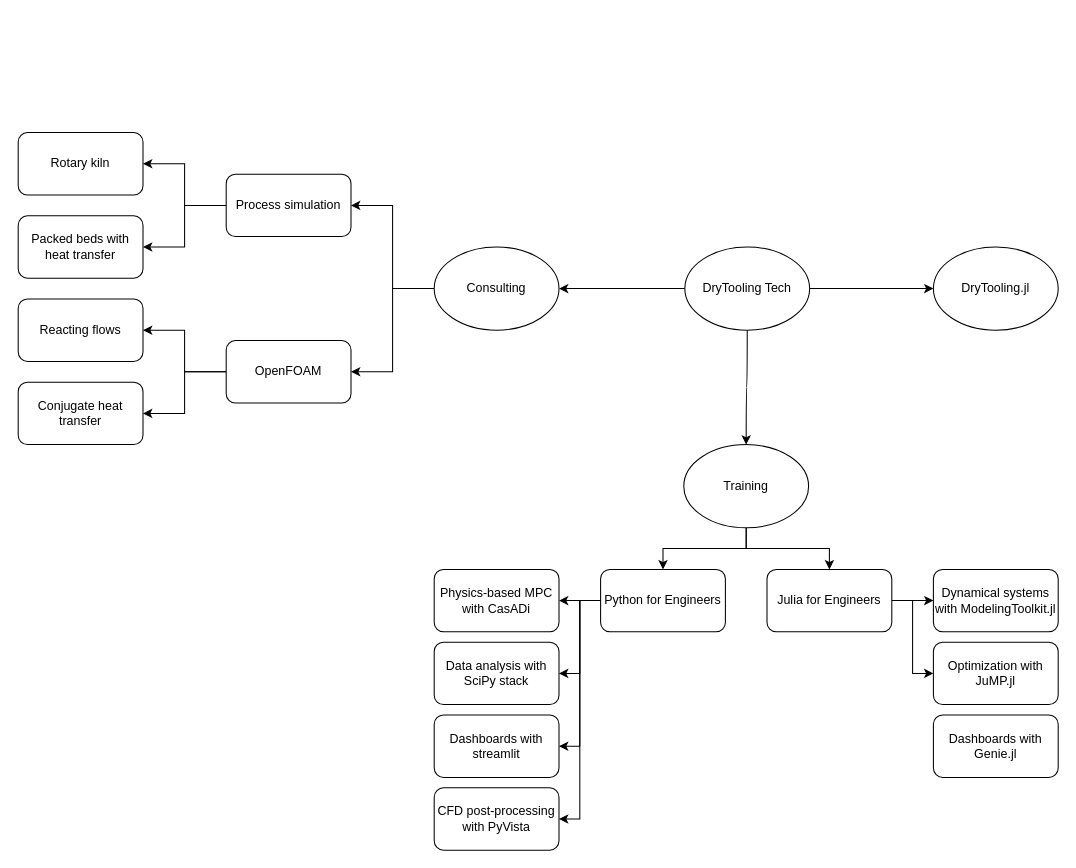
wallytutor/mind-maps keeps this draw.io diagram as drytooling.drawio. Above is the earlier version. Source tidied: cells renumbered, new cells numbered last; positions are measured from the earlier drawing's top-left corner, leaving out a move shared by most shapes. Both pictures are drawn from the tidied source at 104%, with x=0, y=0 at pixel (18, 132).
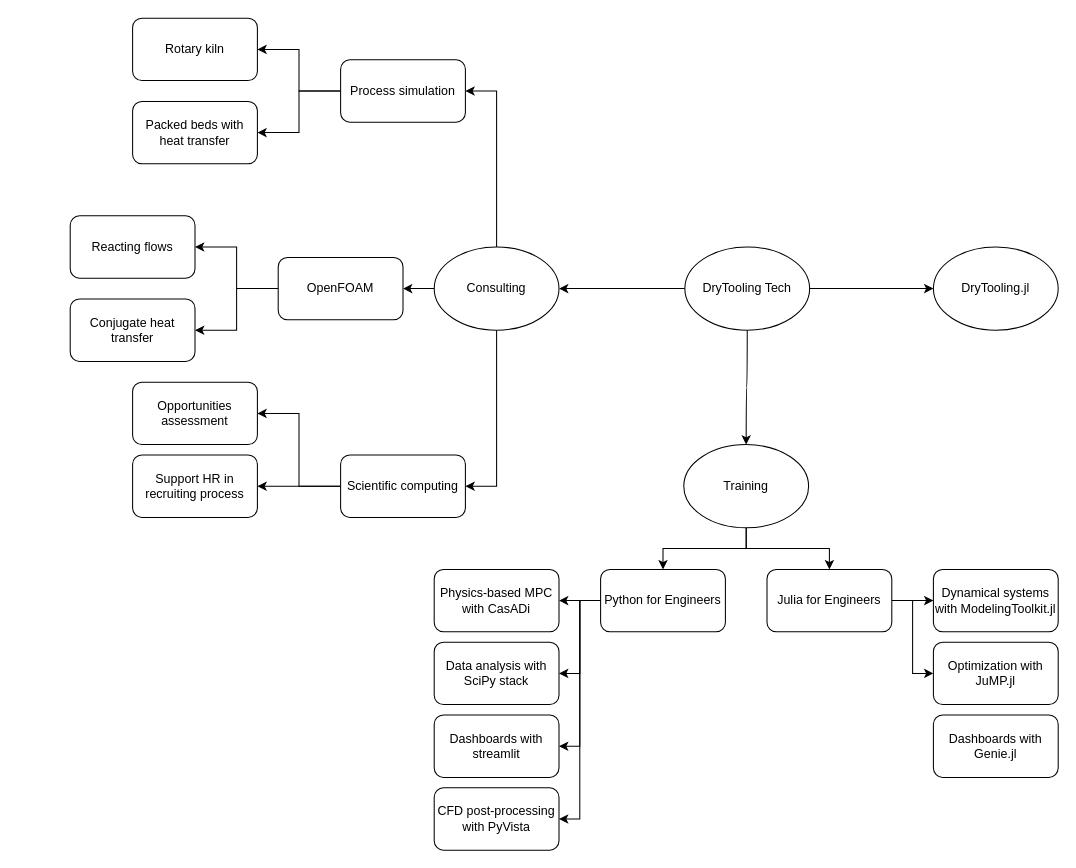
The same diagram, later.

The change refers to these unchanged cells:
```xml
<mxCell id="12" value="Consulting" style="ellipse;whiteSpace=wrap;html=1;" parent="1" vertex="1">
  <mxGeometry x="400" y="110" width="120" height="80" as="geometry" />
</mxCell>
```

Diff of the diagram source:
```diff
@@
+    <mxCell id="38" style="edgeStyle=orthogonalEdgeStyle;rounded=0;jettySize=auto;html=1;entryX=1;entryY=0.5;entryDx=0;entryDy=0;" parent="1" edge="1" source="12" target="41">
+      <mxGeometry relative="1" as="geometry" />
+    </mxCell>
@@
     <mxCell id="30" value="OpenFOAM" style="rounded=1;whiteSpace=wrap;html=1;" parent="1" vertex="1">
-      <mxGeometry x="200" y="200" width="120" height="60" as="geometry" />
+      <mxGeometry x="250" y="120" width="120" height="60" as="geometry" />
     </mxCell>
     <mxCell id="31" value="Reacting flows" style="rounded=1;whiteSpace=wrap;html=1;" parent="1" vertex="1">
-      <mxGeometry y="160" width="120" height="60" as="geometry" />
+      <mxGeometry x="50" y="80" width="120" height="60" as="geometry" />
     </mxCell>
     <mxCell id="32" value="Conjugate heat transfer" style="rounded=1;whiteSpace=wrap;html=1;" parent="1" vertex="1">
-      <mxGeometry y="240" width="120" height="60" as="geometry" />
+      <mxGeometry x="50" y="160" width="120" height="60" as="geometry" />
     </mxCell>
@@
     <mxCell id="35" value="Process simulation" style="rounded=1;whiteSpace=wrap;html=1;" parent="1" vertex="1">
-      <mxGeometry x="200" y="40" width="120" height="60" as="geometry" />
+      <mxGeometry x="310" y="-70" width="120" height="60" as="geometry" />
     </mxCell>
     <mxCell id="36" value="Rotary kiln" style="rounded=1;whiteSpace=wrap;html=1;" parent="1" vertex="1">
-      <mxGeometry width="120" height="60" as="geometry" />
+      <mxGeometry x="110" y="-110" width="120" height="60" as="geometry" />
     </mxCell>
     <mxCell id="37" value="Packed beds with heat transfer" style="rounded=1;whiteSpace=wrap;html=1;" parent="1" vertex="1">
-      <mxGeometry y="80" width="120" height="60" as="geometry" />
+      <mxGeometry x="110" y="-30" width="120" height="60" as="geometry" />
     </mxCell>
+    <mxCell id="39" style="edgeStyle=orthogonalEdgeStyle;rounded=0;jettySize=auto;html=1;entryX=1;entryY=0.5;entryDx=0;entryDy=0;" parent="1" edge="1" source="41" target="42">
+      <mxGeometry relative="1" as="geometry" />
+    </mxCell>
+    <mxCell id="40" style="edgeStyle=orthogonalEdgeStyle;rounded=0;jettySize=auto;html=1;" parent="1" edge="1" source="41" target="43">
+      <mxGeometry relative="1" as="geometry" />
+    </mxCell>
+    <mxCell id="41" value="Scientific computing" style="rounded=1;whiteSpace=wrap;html=1;" parent="1" vertex="1">
+      <mxGeometry x="310" y="310" width="120" height="60" as="geometry" />
+    </mxCell>
+    <mxCell id="42" value="Opportunities assessment" style="rounded=1;whiteSpace=wrap;html=1;" parent="1" vertex="1">
+      <mxGeometry x="110" y="240" width="120" height="60" as="geometry" />
+    </mxCell>
+    <mxCell id="43" value="Support HR in recruiting process" style="rounded=1;whiteSpace=wrap;html=1;" parent="1" vertex="1">
+      <mxGeometry x="110" y="310" width="120" height="60" as="geometry" />
+    </mxCell>
```
